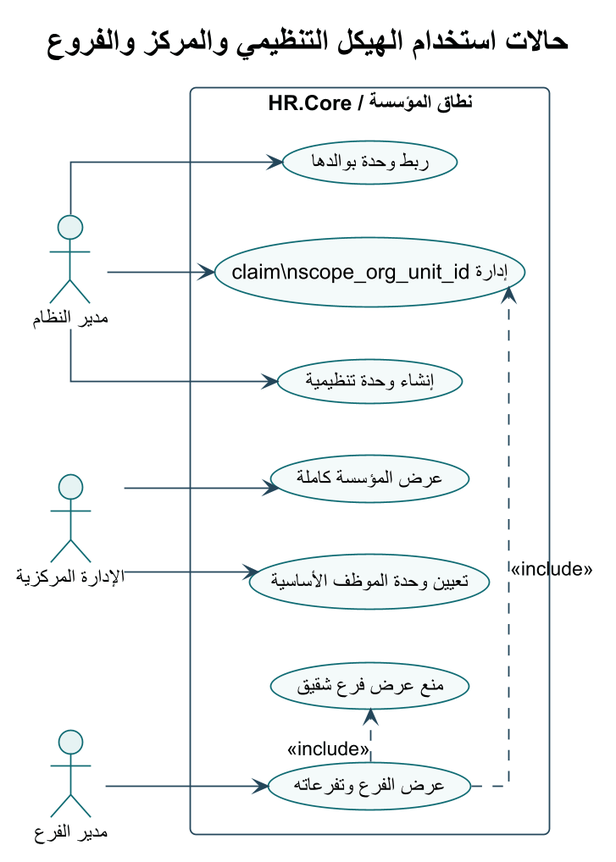
Above: docs/thesis_diagrams/rendered/03_usecase_organization.png in omardefdev/HRManagement (PlantUML), before the change.
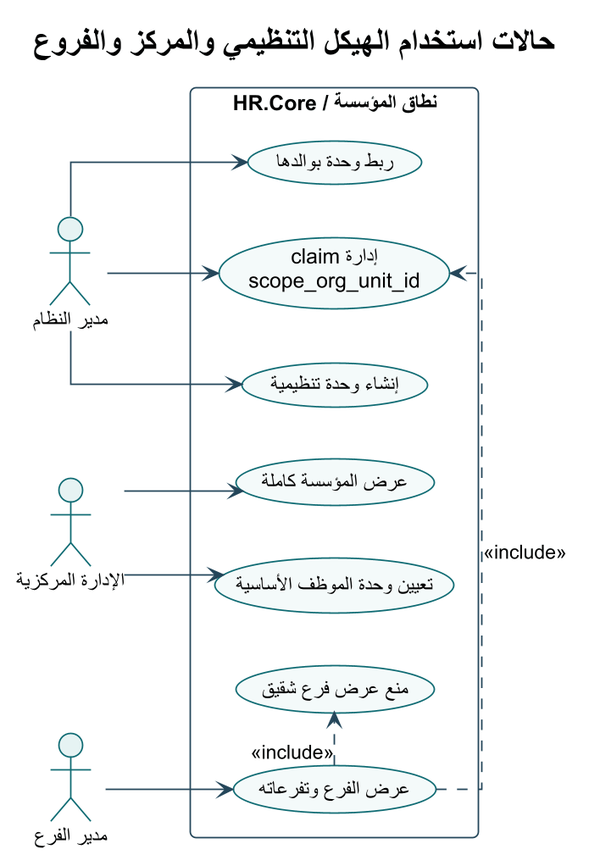
The same file after the commit.

What changed in the source:
```diff
@@ -33,7 +33,7 @@
   usecase "عرض المؤسسة كاملة" as UC4
   usecase "عرض الفرع وتفرعاته" as UC5
   usecase "منع عرض فرع شقيق" as UC6
-  usecase "إدارة claim\\nscope_org_unit_id" as UC7
+  usecase "إدارة claim\nscope_org_unit_id" as UC7
 }
 Admin --> UC1
 Admin --> UC2
```
